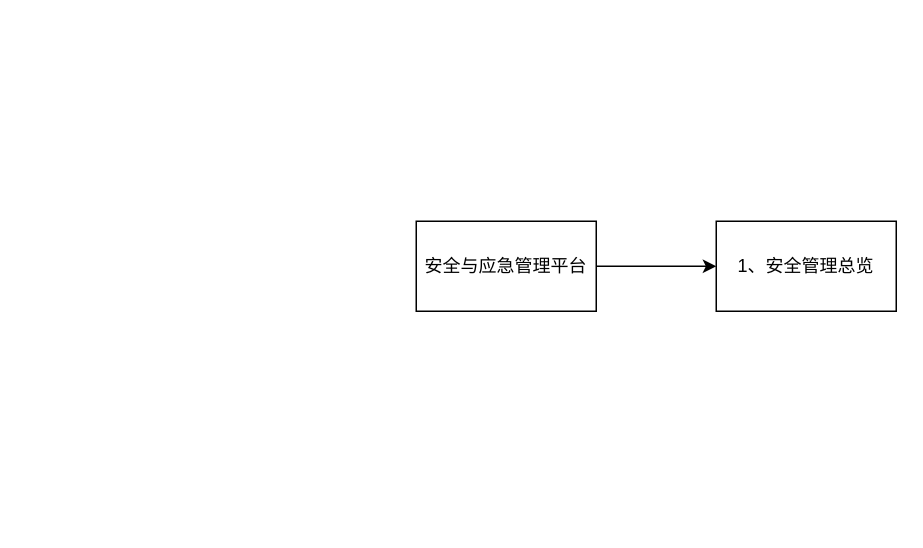
The draw.io diagram 安全应急管理平台/功能结构图/test.drawio in siesteven/notes, before the edit. Source tidied: cells renumbered, new cells numbered last; positions are measured from the earlier drawing's top-left corner, leaving out a move shared by most shapes. Both pictures are drawn from the tidied source at 150%, with x=0, y=0 at pixel (416, 220).
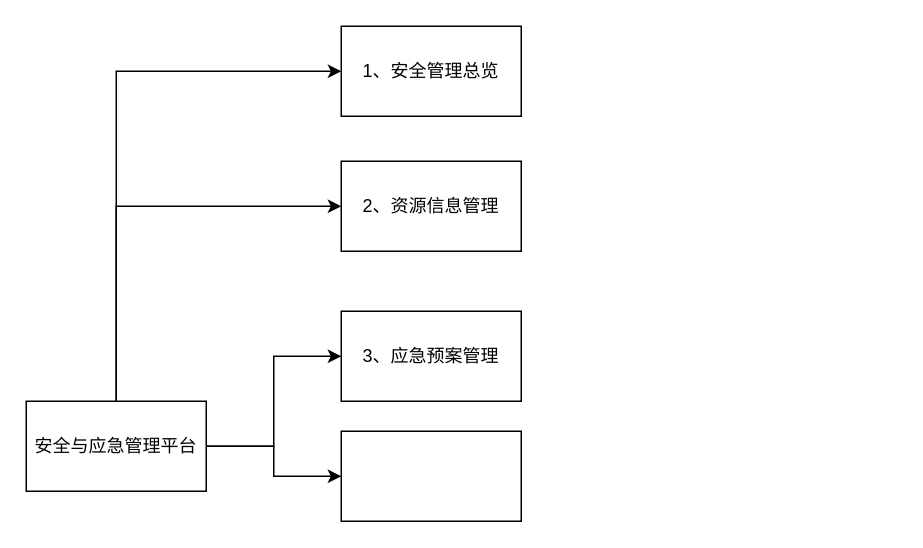
The same diagram, later.

Commit message:
添加文件夹分类内容

Diff of the diagram source:
```diff
@@
 <mxGraphModel>
   <root>
     <mxCell id="0" />
     <mxCell id="1" parent="0" />
-    <mxCell id="2" style="edgeStyle=orthogonalEdgeStyle;rounded=0;jettySize=auto;html=1;" parent="1" edge="1" source="3" target="4">
-      <mxGeometry relative="1" as="geometry" />
+    <mxCell id="2" style="edgeStyle=orthogonalEdgeStyle;rounded=0;jettySize=auto;html=1;exitX=0.5;exitY=0;exitDx=0;exitDy=0;" parent="1" edge="1" source="3" target="4">
+      <mxGeometry relative="1" as="geometry">
+        <Array as="points">
+          <mxPoint x="-200" y="-100" />
+        </Array>
+      </mxGeometry>
     </mxCell>
+    <mxCell id="5" style="edgeStyle=orthogonalEdgeStyle;rounded=0;jettySize=auto;html=1;exitX=0.5;exitY=0;exitDx=0;exitDy=0;entryX=0;entryY=0.5;entryDx=0;entryDy=0;" parent="1" edge="1" source="3" target="8">
+      <mxGeometry relative="1" as="geometry">
+        <Array as="points">
+          <mxPoint x="-200" y="-10" />
+        </Array>
+      </mxGeometry>
+    </mxCell>
+    <mxCell id="6" style="edgeStyle=orthogonalEdgeStyle;rounded=0;jettySize=auto;html=1;" parent="1" edge="1" source="3" target="9">
+      <mxGeometry relative="1" as="geometry" />
+    </mxCell>
+    <mxCell id="7" style="edgeStyle=orthogonalEdgeStyle;rounded=0;jettySize=auto;html=1;" parent="1" edge="1" source="3" target="10">
+      <mxGeometry relative="1" as="geometry" />
+    </mxCell>
     <mxCell id="3" value="安全与应急管理平台" style="rounded=0;whiteSpace=wrap;html=1;" parent="1" vertex="1">
-      <mxGeometry width="120" height="60" as="geometry" />
+      <mxGeometry x="-260" y="120" width="120" height="60" as="geometry" />
     </mxCell>
     <mxCell id="4" value="1、安全管理总览" style="whiteSpace=wrap;html=1;rounded=0;" parent="1" vertex="1">
-      <mxGeometry x="200" width="120" height="60" as="geometry" />
+      <mxGeometry x="-50" y="-130" width="120" height="60" as="geometry" />
     </mxCell>
+    <mxCell id="8" value="2、资源信息管理" style="whiteSpace=wrap;html=1;rounded=0;" parent="1" vertex="1">
+      <mxGeometry x="-50" y="-40" width="120" height="60" as="geometry" />
+    </mxCell>
+    <mxCell id="9" value="3、应急预案管理" style="whiteSpace=wrap;html=1;rounded=0;" parent="1" vertex="1">
+      <mxGeometry x="-50" y="60" width="120" height="60" as="geometry" />
+    </mxCell>
+    <mxCell id="10" style="whiteSpace=wrap;html=1;rounded=0;" parent="1" vertex="1">
+      <mxGeometry x="-50" y="140" width="120" height="60" as="geometry" />
+    </mxCell>
   </root>
 </mxGraphModel>
```
